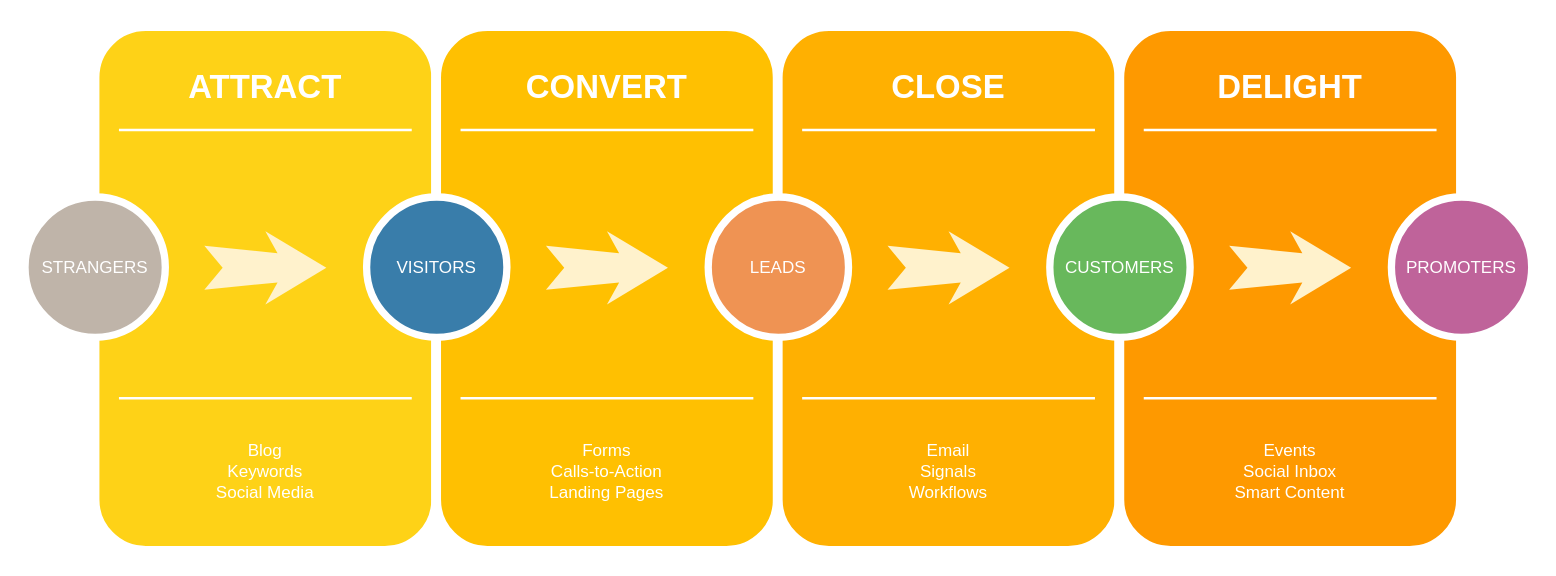
Earlier version of the draw.io diagram Untitled Diagram.drawio (otakhin/Dershane-Y-netim-Sistemi). Source tidied: cells renumbered, new cells numbered last; positions are measured from the earlier drawing's top-left corner, leaving out a move shared by most shapes. Both pictures are drawn from the tidied source at 122%, with x=0, y=0 at pixel (24, 26).
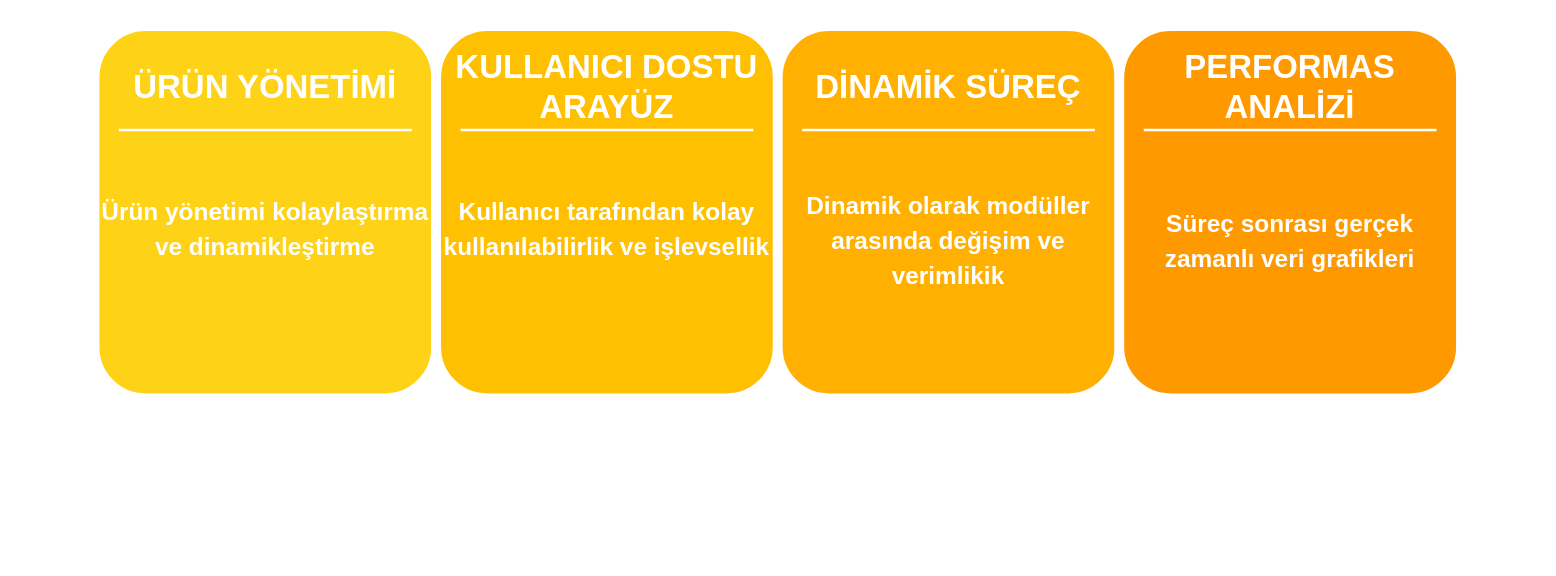
The same page after the edit.

Diff of the diagram source:
```diff
@@
     <mxCell id="2" style="whiteSpace=wrap;html=1;rounded=1;shadow=0;strokeWidth=8;fontSize=20;align=center;fillColor=#FED217;strokeColor=#FFFFFF;" parent="1" vertex="1">
-      <mxGeometry x="57" width="280" height="430" as="geometry" />
+      <mxGeometry x="57" width="280" height="305" as="geometry" />
     </mxCell>
-    <mxCell id="3" value="ATTRACT" style="text;html=1;strokeColor=none;fillColor=none;align=center;verticalAlign=middle;whiteSpace=wrap;rounded=0;shadow=0;fontSize=27;fontColor=#FFFFFF;fontStyle=1;" parent="1" vertex="1">
+    <mxCell id="3" value="ÜRÜN YÖNETİMİ" style="text;html=1;strokeColor=none;fillColor=none;align=center;verticalAlign=middle;whiteSpace=wrap;rounded=0;shadow=0;fontSize=27;fontColor=#FFFFFF;fontStyle=1;" parent="1" vertex="1">
       <mxGeometry x="57" y="20" width="280" height="60" as="geometry" />
     </mxCell>
-    <mxCell id="4" value="Blog&lt;div&gt;Keywords&lt;/div&gt;&lt;div&gt;Social Media&lt;/div&gt;" style="text;html=1;strokeColor=none;fillColor=none;align=center;verticalAlign=middle;whiteSpace=wrap;rounded=0;shadow=0;fontSize=14;fontColor=#FFFFFF;" parent="1" vertex="1">
-      <mxGeometry x="57" y="320" width="280" height="90" as="geometry" />
-    </mxCell>
@@
-    <mxCell id="7" value="STRANGERS" style="ellipse;whiteSpace=wrap;html=1;rounded=0;shadow=0;strokeWidth=6;fontSize=14;align=center;fillColor=#BFB4A9;strokeColor=#FFFFFF;fontColor=#FFFFFF;" parent="1" vertex="1">
-      <mxGeometry y="140" width="115" height="115" as="geometry" />
-    </mxCell>
-    <mxCell id="8" style="html=1;shadow=0;dashed=0;align=center;verticalAlign=middle;shape=mxgraph.arrows2.stylisedArrow;dy=0.6;dx=40;notch=15;feather=0.4;rounded=0;strokeWidth=1;fontSize=27;strokeColor=none;fillColor=#fff2cc;" parent="1" vertex="1">
-      <mxGeometry x="147" y="168" width="100" height="60" as="geometry" />
-    </mxCell>
     <mxCell id="9" style="whiteSpace=wrap;html=1;rounded=1;shadow=0;strokeWidth=8;fontSize=20;align=center;fillColor=#FFC001;strokeColor=#FFFFFF;" parent="1" vertex="1">
-      <mxGeometry x="337" width="280" height="430" as="geometry" />
+      <mxGeometry x="337" width="280" height="305" as="geometry" />
     </mxCell>
-    <mxCell id="10" value="CONVERT" style="text;html=1;strokeColor=none;fillColor=none;align=center;verticalAlign=middle;whiteSpace=wrap;rounded=0;shadow=0;fontSize=27;fontColor=#FFFFFF;fontStyle=1;" parent="1" vertex="1">
+    <mxCell id="10" value="KULLANICI DOSTU&lt;div&gt;ARAYÜZ&lt;/div&gt;" style="text;html=1;strokeColor=none;fillColor=none;align=center;verticalAlign=middle;whiteSpace=wrap;rounded=0;shadow=0;fontSize=27;fontColor=#FFFFFF;fontStyle=1;" parent="1" vertex="1">
       <mxGeometry x="337" y="20" width="280" height="60" as="geometry" />
     </mxCell>
-    <mxCell id="11" value="Forms&lt;div&gt;Calls-to-Action&lt;/div&gt;&lt;div&gt;Landing Pages&lt;/div&gt;" style="text;html=1;strokeColor=none;fillColor=none;align=center;verticalAlign=middle;whiteSpace=wrap;rounded=0;shadow=0;fontSize=14;fontColor=#FFFFFF;" parent="1" vertex="1">
-      <mxGeometry x="337" y="320" width="280" height="90" as="geometry" />
-    </mxCell>
@@
-    <mxCell id="14" value="VISITORS" style="ellipse;whiteSpace=wrap;html=1;rounded=0;shadow=0;strokeWidth=6;fontSize=14;align=center;fillColor=#397DAA;strokeColor=#FFFFFF;fontColor=#FFFFFF;" parent="1" vertex="1">
-      <mxGeometry x="280" y="140" width="115" height="115" as="geometry" />
-    </mxCell>
-    <mxCell id="15" style="html=1;shadow=0;dashed=0;align=center;verticalAlign=middle;shape=mxgraph.arrows2.stylisedArrow;dy=0.6;dx=40;notch=15;feather=0.4;rounded=0;strokeWidth=1;fontSize=27;strokeColor=none;fillColor=#fff2cc;" parent="1" vertex="1">
-      <mxGeometry x="427" y="168" width="100" height="60" as="geometry" />
-    </mxCell>
     <mxCell id="16" style="whiteSpace=wrap;html=1;rounded=1;shadow=0;strokeWidth=8;fontSize=20;align=center;fillColor=#FFB001;strokeColor=#FFFFFF;" parent="1" vertex="1">
-      <mxGeometry x="617" width="280" height="430" as="geometry" />
+      <mxGeometry x="617" width="280" height="305" as="geometry" />
     </mxCell>
-    <mxCell id="17" value="CLOSE" style="text;html=1;strokeColor=none;fillColor=none;align=center;verticalAlign=middle;whiteSpace=wrap;rounded=0;shadow=0;fontSize=27;fontColor=#FFFFFF;fontStyle=1;" parent="1" vertex="1">
+    <mxCell id="17" value="DİNAMİK SÜREÇ" style="text;html=1;strokeColor=none;fillColor=none;align=center;verticalAlign=middle;whiteSpace=wrap;rounded=0;shadow=0;fontSize=27;fontColor=#FFFFFF;fontStyle=1;" parent="1" vertex="1">
       <mxGeometry x="617" y="20" width="280" height="60" as="geometry" />
     </mxCell>
-    <mxCell id="18" value="Email&lt;div&gt;Signals&lt;/div&gt;&lt;div&gt;Workflows&lt;/div&gt;" style="text;html=1;strokeColor=none;fillColor=none;align=center;verticalAlign=middle;whiteSpace=wrap;rounded=0;shadow=0;fontSize=14;fontColor=#FFFFFF;" parent="1" vertex="1">
-      <mxGeometry x="617" y="320" width="280" height="90" as="geometry" />
-    </mxCell>
@@
-    <mxCell id="21" value="LEADS" style="ellipse;whiteSpace=wrap;html=1;rounded=0;shadow=0;strokeWidth=6;fontSize=14;align=center;fillColor=#EF9353;strokeColor=#FFFFFF;fontColor=#FFFFFF;" parent="1" vertex="1">
-      <mxGeometry x="560" y="140" width="115" height="115" as="geometry" />
-    </mxCell>
-    <mxCell id="22" style="html=1;shadow=0;dashed=0;align=center;verticalAlign=middle;shape=mxgraph.arrows2.stylisedArrow;dy=0.6;dx=40;notch=15;feather=0.4;rounded=0;strokeWidth=1;fontSize=27;strokeColor=none;fillColor=#fff2cc;" parent="1" vertex="1">
-      <mxGeometry x="707" y="168" width="100" height="60" as="geometry" />
-    </mxCell>
     <mxCell id="23" style="whiteSpace=wrap;html=1;rounded=1;shadow=0;strokeWidth=8;fontSize=20;align=center;fillColor=#FE9900;strokeColor=#FFFFFF;" parent="1" vertex="1">
-      <mxGeometry x="897" width="280" height="430" as="geometry" />
+      <mxGeometry x="897" width="280" height="305" as="geometry" />
     </mxCell>
-    <mxCell id="24" value="DELIGHT" style="text;html=1;strokeColor=none;fillColor=none;align=center;verticalAlign=middle;whiteSpace=wrap;rounded=0;shadow=0;fontSize=27;fontColor=#FFFFFF;fontStyle=1;" parent="1" vertex="1">
+    <mxCell id="24" value="PERFORMAS ANALİZİ" style="text;html=1;strokeColor=none;fillColor=none;align=center;verticalAlign=middle;whiteSpace=wrap;rounded=0;shadow=0;fontSize=27;fontColor=#FFFFFF;fontStyle=1;" parent="1" vertex="1">
       <mxGeometry x="897" y="20" width="280" height="60" as="geometry" />
     </mxCell>
-    <mxCell id="25" value="Events&lt;div&gt;Social Inbox&lt;/div&gt;&lt;div&gt;Smart Content&lt;/div&gt;" style="text;html=1;strokeColor=none;fillColor=none;align=center;verticalAlign=middle;whiteSpace=wrap;rounded=0;shadow=0;fontSize=14;fontColor=#FFFFFF;" parent="1" vertex="1">
-      <mxGeometry x="897" y="320" width="280" height="90" as="geometry" />
-    </mxCell>
@@
-    <mxCell id="28" value="CUSTOMERS" style="ellipse;whiteSpace=wrap;html=1;rounded=0;shadow=0;strokeWidth=6;fontSize=14;align=center;fillColor=#68B85C;strokeColor=#FFFFFF;fontColor=#FFFFFF;" parent="1" vertex="1">
-      <mxGeometry x="840" y="140" width="115" height="115" as="geometry" />
-    </mxCell>
-    <mxCell id="29" style="html=1;shadow=0;dashed=0;align=center;verticalAlign=middle;shape=mxgraph.arrows2.stylisedArrow;dy=0.6;dx=40;notch=15;feather=0.4;rounded=0;strokeWidth=1;fontSize=27;strokeColor=none;fillColor=#fff2cc;" parent="1" vertex="1">
-      <mxGeometry x="987" y="168" width="100" height="60" as="geometry" />
-    </mxCell>
-    <mxCell id="30" value="PROMOTERS" style="ellipse;whiteSpace=wrap;html=1;rounded=0;shadow=0;strokeWidth=6;fontSize=14;align=center;fillColor=#BF639A;strokeColor=#FFFFFF;fontColor=#FFFFFF;" parent="1" vertex="1">
-      <mxGeometry x="1120" y="140" width="115" height="115" as="geometry" />
-    </mxCell>
+    <mxCell id="31" value="&lt;span style=&quot;font-size: 20px;&quot;&gt;Ürün yönetimi kolaylaştırma ve dinamikleştirme&lt;/span&gt;" style="text;html=1;strokeColor=none;fillColor=none;align=center;verticalAlign=middle;whiteSpace=wrap;rounded=0;shadow=0;fontSize=24;fontColor=#FFFFFF;fontStyle=1;" parent="1" vertex="1">
+      <mxGeometry x="57" y="135" width="280" height="60" as="geometry" />
+    </mxCell>
+    <mxCell id="32" value="&lt;span style=&quot;font-size: 20px;&quot;&gt;Kullanıcı tarafından kolay kullanılabilirlik ve işlevsellik&lt;/span&gt;" style="text;html=1;strokeColor=none;fillColor=none;align=center;verticalAlign=middle;whiteSpace=wrap;rounded=0;shadow=0;fontSize=24;fontColor=#FFFFFF;fontStyle=1;" parent="1" vertex="1">
+      <mxGeometry x="337" y="135" width="280" height="60" as="geometry" />
+    </mxCell>
+    <mxCell id="33" value="&lt;span style=&quot;font-size: 20px;&quot;&gt;Dinamik olarak modüller arasında değişim ve verimlikik&lt;/span&gt;" style="text;html=1;strokeColor=none;fillColor=none;align=center;verticalAlign=middle;whiteSpace=wrap;rounded=0;shadow=0;fontSize=24;fontColor=#FFFFFF;fontStyle=1;" parent="1" vertex="1">
+      <mxGeometry x="617" y="145" width="280" height="60" as="geometry" />
+    </mxCell>
+    <mxCell id="34" value="&lt;span style=&quot;font-size: 20px;&quot;&gt;Süreç sonrası gerçek zamanlı veri grafikleri&lt;/span&gt;" style="text;html=1;strokeColor=none;fillColor=none;align=center;verticalAlign=middle;whiteSpace=wrap;rounded=0;shadow=0;fontSize=24;fontColor=#FFFFFF;fontStyle=1;" parent="1" vertex="1">
+      <mxGeometry x="897" y="145" width="280" height="60" as="geometry" />
+    </mxCell>
```
